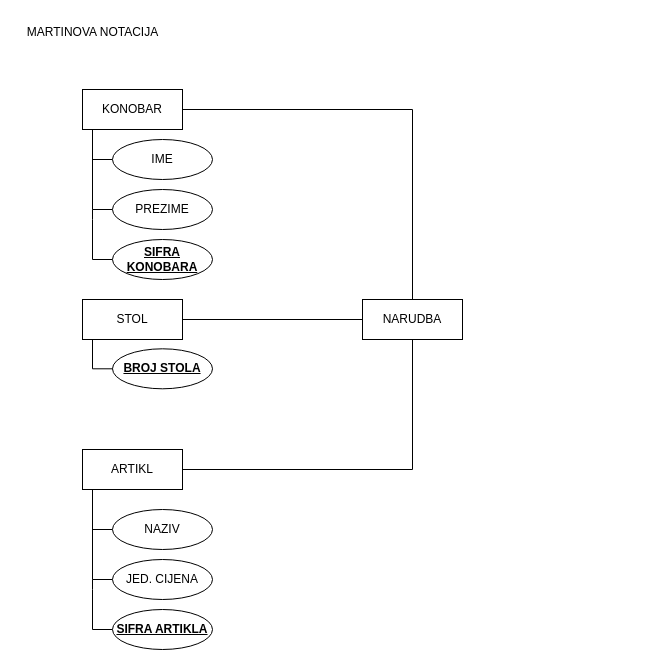
Earlier version of the draw.io diagram BP_vjezbe_20231011.drawio (ivorp95/Telematika). Source tidied: cells renumbered, new cells numbered last; positions are measured from the earlier drawing's top-left corner, leaving out a move shared by most shapes. Both pictures are drawn from the tidied source at 100%, with x=0, y=0 at pixel (17, 17).
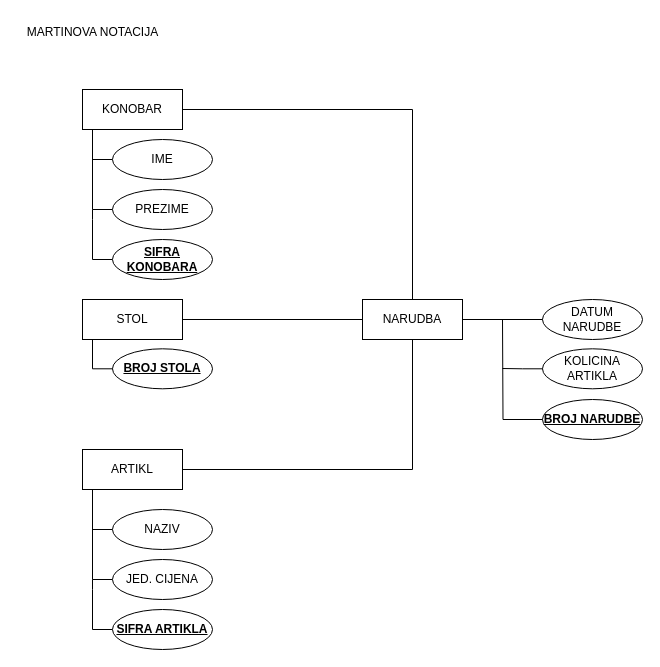
The same page after the edit.

Unchanged cells that the change refers to:
```xml
<mxCell id="8" value="NARUDBA" style="whiteSpace=wrap;html=1;align=center;" parent="1" vertex="1">
  <mxGeometry x="345" y="282" width="100" height="40" as="geometry" />
</mxCell>
```

What changed in the source:
```diff
@@
+    <mxCell id="24" value="DATUM NARUDBE" style="ellipse;whiteSpace=wrap;html=1;align=center;" parent="1" vertex="1">
+      <mxGeometry x="525" y="282" width="100" height="40" as="geometry" />
+    </mxCell>
+    <mxCell id="25" style="edgeStyle=orthogonalEdgeStyle;rounded=0;jettySize=auto;html=1;exitX=0;exitY=0.5;exitDx=0;exitDy=0;entryX=1;entryY=0.5;entryDx=0;entryDy=0;endArrow=none;endFill=0;" parent="1" edge="1" source="24" target="8">
+      <mxGeometry relative="1" as="geometry" />
+    </mxCell>
+    <mxCell id="26" value="KOLICINA ARTIKLA" style="ellipse;whiteSpace=wrap;html=1;align=center;" parent="1" vertex="1">
+      <mxGeometry x="525" y="331.3" width="100" height="40" as="geometry" />
+    </mxCell>
+    <mxCell id="27" style="edgeStyle=orthogonalEdgeStyle;rounded=0;jettySize=auto;html=1;exitX=0;exitY=0.5;exitDx=0;exitDy=0;endArrow=none;endFill=0;" parent="1" edge="1" source="26">
+      <mxGeometry relative="1" as="geometry">
+        <mxPoint x="485" y="351" as="targetPoint" />
+      </mxGeometry>
+    </mxCell>
+    <mxCell id="28" value="&lt;b&gt;&lt;u&gt;BROJ NARUDBE&lt;/u&gt;&lt;/b&gt;" style="ellipse;whiteSpace=wrap;html=1;align=center;" parent="1" vertex="1">
+      <mxGeometry x="525" y="382" width="100" height="40" as="geometry" />
+    </mxCell>
+    <mxCell id="29" style="edgeStyle=orthogonalEdgeStyle;rounded=0;jettySize=auto;html=1;exitX=0;exitY=0.5;exitDx=0;exitDy=0;endArrow=none;endFill=0;" parent="1" edge="1" source="28">
+      <mxGeometry relative="1" as="geometry">
+        <mxPoint x="485" y="302" as="targetPoint" />
+      </mxGeometry>
+    </mxCell>
```
